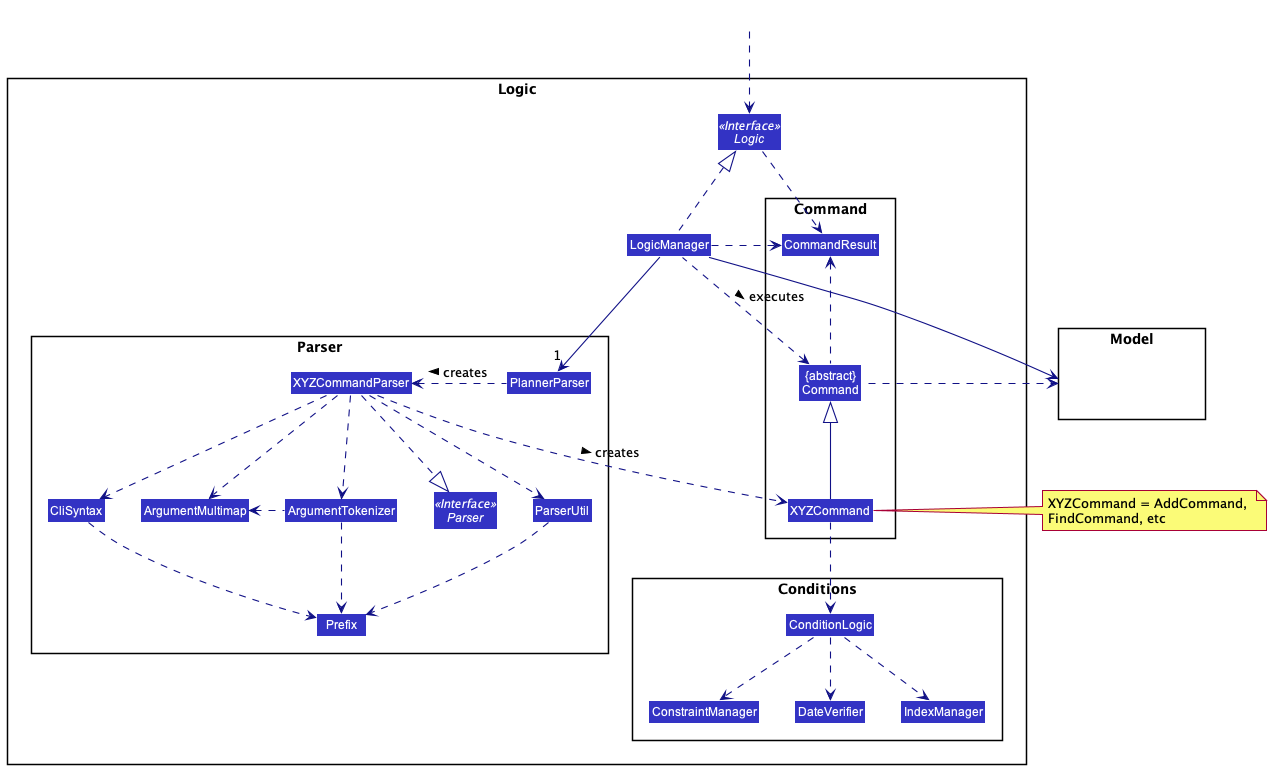
nus-cs2103-AY2021S2/tp keeps this PlantUML diagram as docs/images/LogicClassDiagram.png. Above is the earlier version.
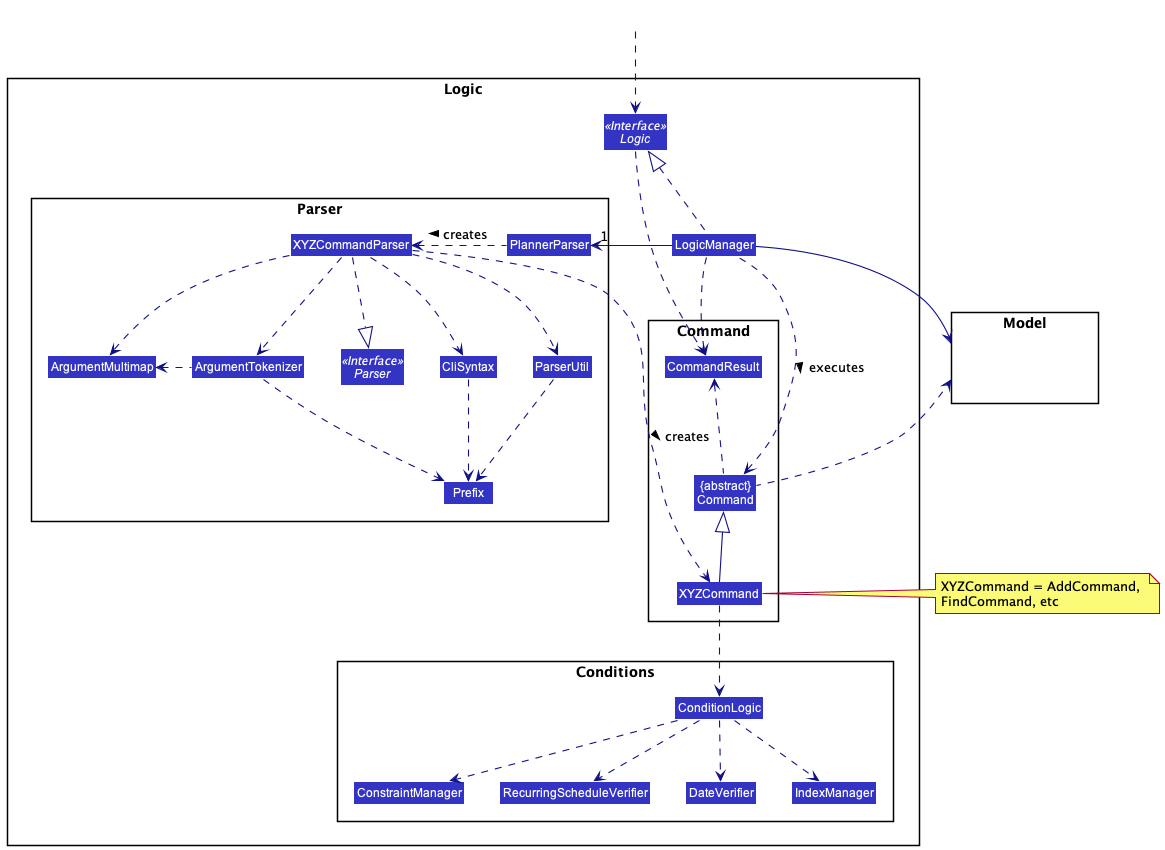
After the commit.

Commit message:
Edit Logic diagram

Change to the diagram source:
```diff
@@ -26,6 +26,7 @@
 package Conditions {
 Class ConditionLogic
 Class ConstraintManager
+Class RecurringScheduleVerifier
 Class DateVerifier
 Class IndexManager
 }
@@ -63,6 +64,7 @@
 ConditionLogic ..> DateVerifier
 ConditionLogic ..> IndexManager
 ConditionLogic ..> ConstraintManager
+ConditionLogic ..> RecurringScheduleVerifier
 
 LogicManager --> Model
 Command .left.> Model
@@ -72,4 +74,6 @@
 Command .up.> CommandResult
 
 PlannerParser -[hidden]->LogicManager
+LogicManager -[hidden]->CommandResult
+Logic -[hidden]->XYZCommandParser
 @enduml
```
